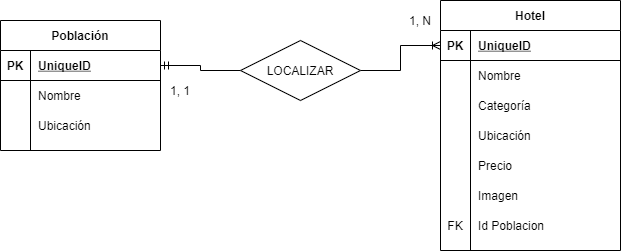
Earlier version of the draw.io export BBDD/Entidad Relación.png (FGomis/ProyectoEquipo4). Source tidied: cells renumbered, new cells last; positions are measured from the earlier drawing's top-left corner, leaving out a move shared by most shapes.
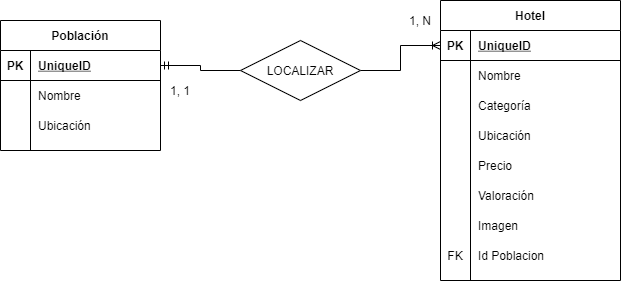
After the commit.

Commit message:
Cambios en ER y Croquis Vista

Diff of the diagram source:
```diff
@@ -33,7 +33,7 @@
       <mxGeometry x="30" width="130" height="30" as="geometry" />
     </mxCell>
     <mxCell id="12" value="Hotel" style="shape=table;startSize=30;rowLines=0;fontStyle=1;align=center;" parent="1" vertex="1">
-      <mxGeometry x="440" width="180" height="250" as="geometry" />
+      <mxGeometry x="440" width="180" height="280" as="geometry" />
     </mxCell>
     <mxCell id="13" style="shape=partialRectangle;fillColor=none;top=0;left=0;bottom=1;right=0;points=[[0,0.5],[1,0.5]];portConstraint=eastwest;" parent="12" vertex="1">
       <mxGeometry y="30" width="180" height="30" as="geometry" />
@@ -80,8 +80,17 @@
     <mxCell id="27" value="Precio" style="shape=partialRectangle;fillColor=none;top=0;left=0;bottom=0;right=0;align=left;spacingLeft=6;overflow=hidden;" parent="25" vertex="1">
       <mxGeometry x="30" width="150" height="30" as="geometry" />
     </mxCell>
+    <mxCell id="39" style="shape=partialRectangle;fillColor=none;top=0;left=0;bottom=0;right=0;" parent="12" vertex="1">
+      <mxGeometry y="180" width="180" height="30" as="geometry" />
+    </mxCell>
+    <mxCell id="40" style="shape=partialRectangle;fillColor=none;top=0;left=0;bottom=0;right=0;overflow=hidden;" parent="39" vertex="1">
+      <mxGeometry width="30" height="30" as="geometry" />
+    </mxCell>
+    <mxCell id="41" value="Valoración" style="shape=partialRectangle;fillColor=none;top=0;left=0;bottom=0;right=0;align=left;spacingLeft=6;overflow=hidden;" parent="39" vertex="1">
+      <mxGeometry x="30" width="150" height="30" as="geometry" />
+    </mxCell>
     <mxCell id="28" style="shape=partialRectangle;fillColor=none;top=0;left=0;bottom=0;right=0;" parent="12" vertex="1">
-      <mxGeometry y="180" width="180" height="30" as="geometry" />
+      <mxGeometry y="210" width="180" height="30" as="geometry" />
     </mxCell>
     <mxCell id="29" style="shape=partialRectangle;fillColor=none;top=0;left=0;bottom=0;right=0;overflow=hidden;" parent="28" vertex="1">
       <mxGeometry width="30" height="30" as="geometry" />
@@ -90,7 +99,7 @@
       <mxGeometry x="30" width="150" height="30" as="geometry" />
     </mxCell>
     <mxCell id="31" style="shape=partialRectangle;fillColor=none;top=0;left=0;bottom=0;right=0;" parent="12" vertex="1">
-      <mxGeometry y="210" width="180" height="30" as="geometry" />
+      <mxGeometry y="240" width="180" height="30" as="geometry" />
     </mxCell>
     <mxCell id="32" value="FK" style="shape=partialRectangle;fillColor=none;top=0;left=0;bottom=0;right=0;fontStyle=0;overflow=hidden;" parent="31" vertex="1">
       <mxGeometry width="30" height="30" as="geometry" />
```
